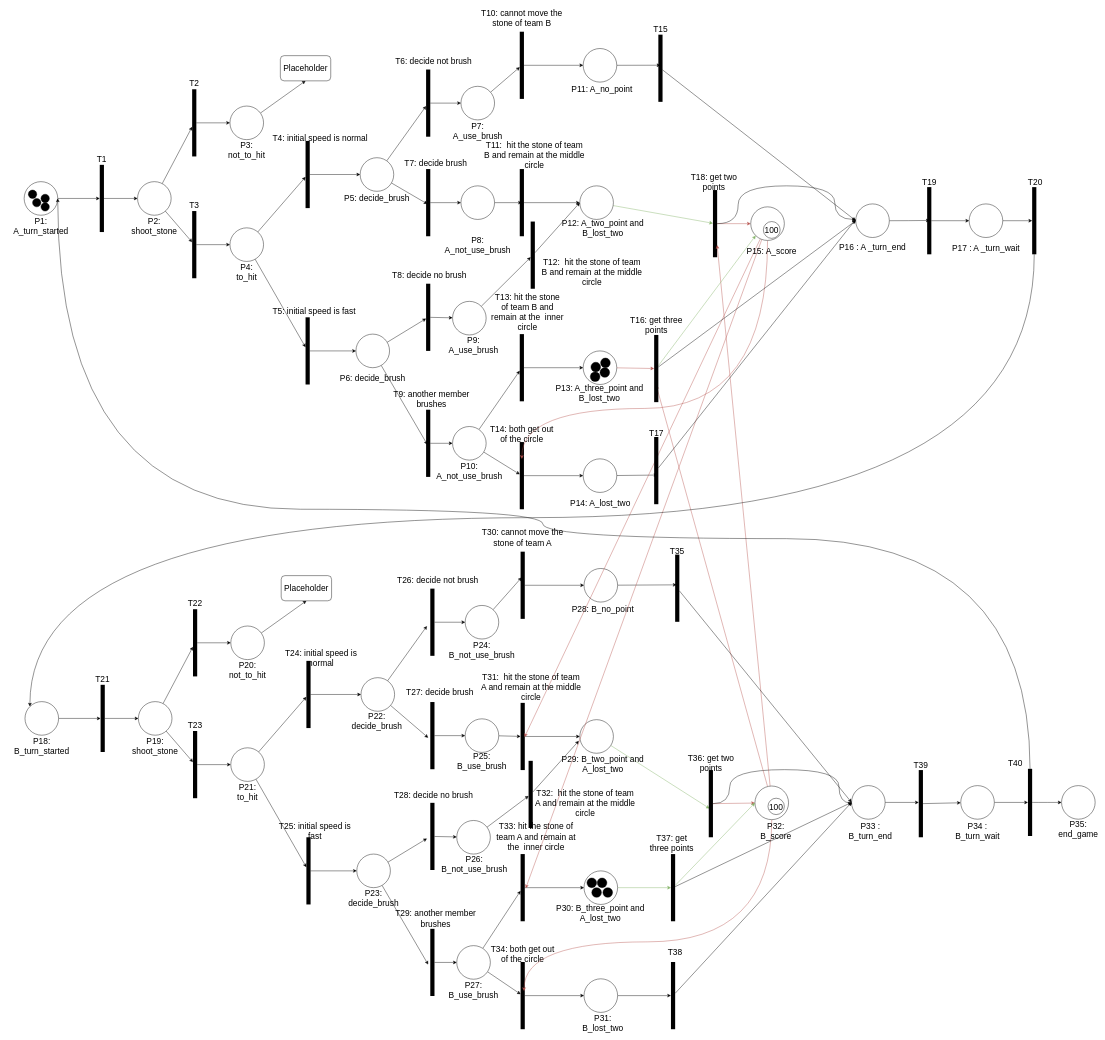
This is 3100asmt3Q2.2.drawio from wkng0/heyy, a draw.io file, before an edit. Source tidied: cells renumbered, new cells numbered last; positions are measured from the earlier drawing's top-left corner, leaving out a move shared by most shapes. Both pictures are drawn from the tidied source at 42%, with x=0, y=0 at pixel (7, 9).
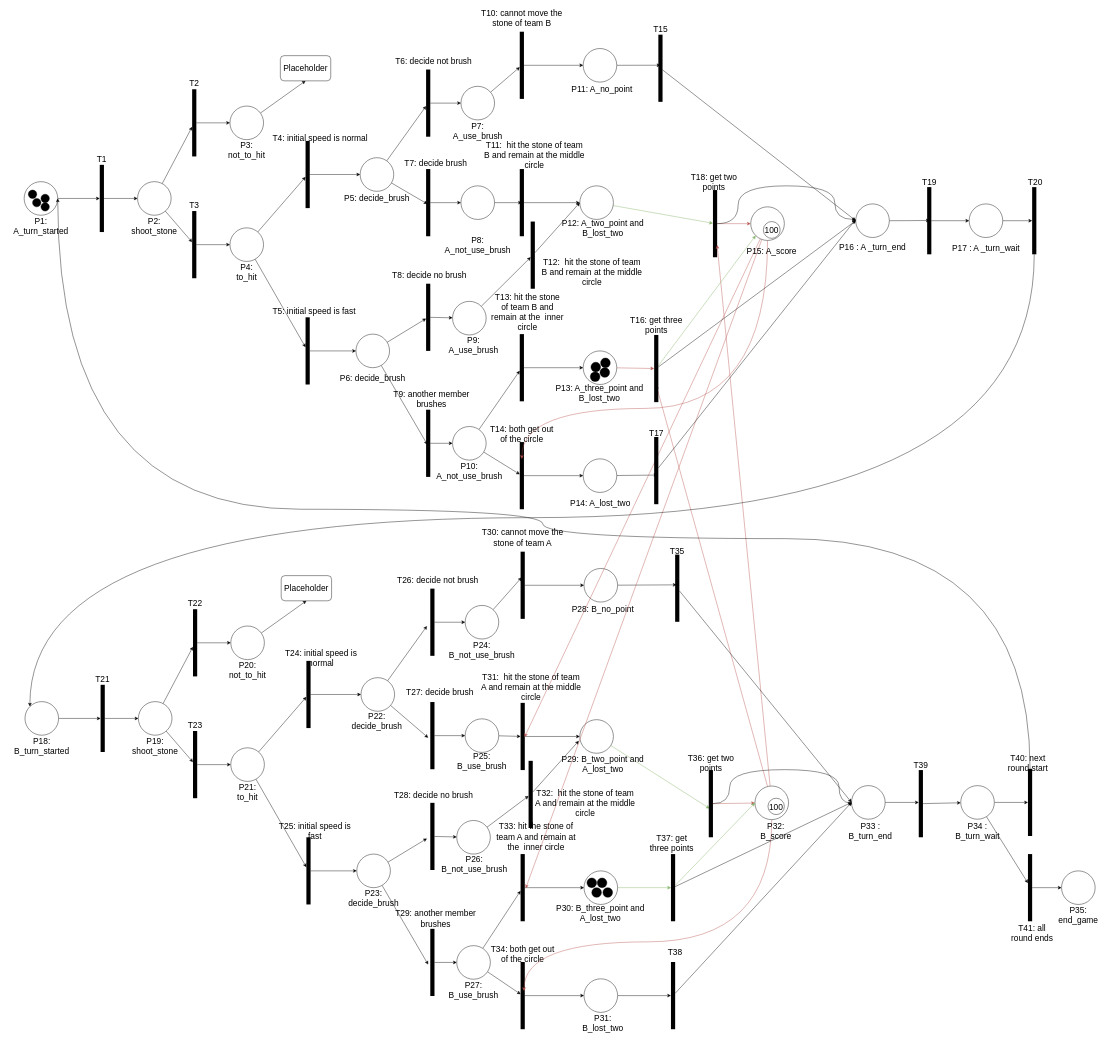
After the change.

The change refers to these unchanged cells:
```xml
<mxCell id="233" style="ellipse;whiteSpace=wrap;html=1;fontSize=20;" parent="1" vertex="1">
  <mxGeometry x="2270" y="1848" width="80" height="80" as="geometry" />
</mxCell>
<mxCell id="236" style="line;strokeWidth=10;direction=south;html=1;fontSize=20;fillColor=#FFFFFF;" parent="1" vertex="1">
  <mxGeometry x="2430" y="1808" width="10" height="160" as="geometry" />
</mxCell>
```

The edit, as a diff of the source:
```diff
@@
+    <mxCell id="261" style="edgeStyle=none;rounded=0;jettySize=auto;html=1;" parent="1" edge="1" source="233">
+      <mxGeometry relative="1" as="geometry">
+        <mxPoint x="2430" y="2080" as="targetPoint" />
+      </mxGeometry>
+    </mxCell>
@@
-    <mxCell id="235" style="edgeStyle=orthogonalEdgeStyle;curved=1;rounded=0;jettySize=auto;html=1;fontSize=20;" parent="1" edge="1" source="236" target="241">
-      <mxGeometry relative="1" as="geometry" />
-    </mxCell>
@@
-    <mxCell id="240" value="T40" style="text;html=1;strokeColor=none;fillColor=none;align=center;verticalAlign=middle;whiteSpace=wrap;rounded=0;fontSize=20;" parent="1" vertex="1">
-      <mxGeometry x="2370" y="1778" width="60" height="30" as="geometry" />
+    <mxCell id="240" value="T40: next round start" style="text;html=1;strokeColor=none;fillColor=none;align=center;verticalAlign=middle;whiteSpace=wrap;rounded=0;fontSize=20;" parent="1" vertex="1">
+      <mxGeometry x="2370" y="1778" width="120" height="30" as="geometry" />
     </mxCell>
     <mxCell id="241" style="ellipse;whiteSpace=wrap;html=1;fontSize=20;" parent="1" vertex="1">
-      <mxGeometry x="2510" y="1848" width="80" height="80" as="geometry" />
+      <mxGeometry x="2510" y="2051" width="80" height="80" as="geometry" />
     </mxCell>
     <mxCell id="242" value="P35: end_game" style="text;html=1;strokeColor=none;fillColor=none;align=center;verticalAlign=middle;whiteSpace=wrap;rounded=0;fontSize=20;" parent="1" vertex="1">
-      <mxGeometry x="2520" y="1936" width="60" height="30" as="geometry" />
+      <mxGeometry x="2520" y="2141" width="60" height="30" as="geometry" />
     </mxCell>
@@
+    <mxCell id="262" style="edgeStyle=none;rounded=0;jettySize=auto;html=1;" parent="1" edge="1" source="263" target="241">
+      <mxGeometry relative="1" as="geometry" />
+    </mxCell>
+    <mxCell id="263" style="line;strokeWidth=10;direction=south;html=1;fontSize=20;fillColor=#FFFFFF;" parent="1" vertex="1">
+      <mxGeometry x="2430" y="2011" width="10" height="160" as="geometry" />
+    </mxCell>
+    <mxCell id="264" value="T41: all round ends" style="text;html=1;strokeColor=none;fillColor=none;align=center;verticalAlign=middle;whiteSpace=wrap;rounded=0;fontSize=20;" parent="1" vertex="1">
+      <mxGeometry x="2380" y="2184" width="120" height="30" as="geometry" />
+    </mxCell>
```
